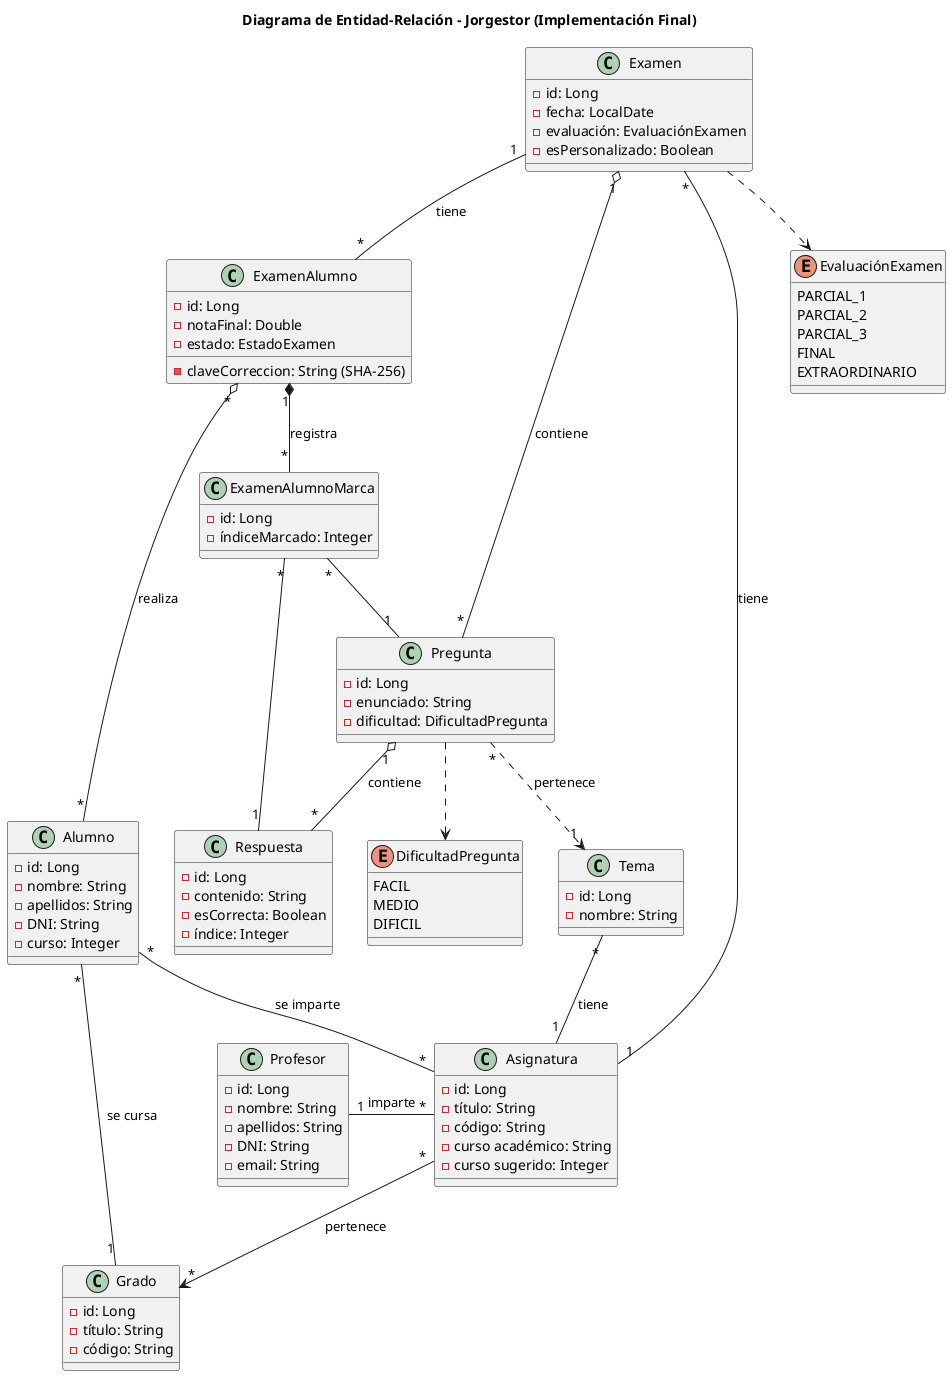
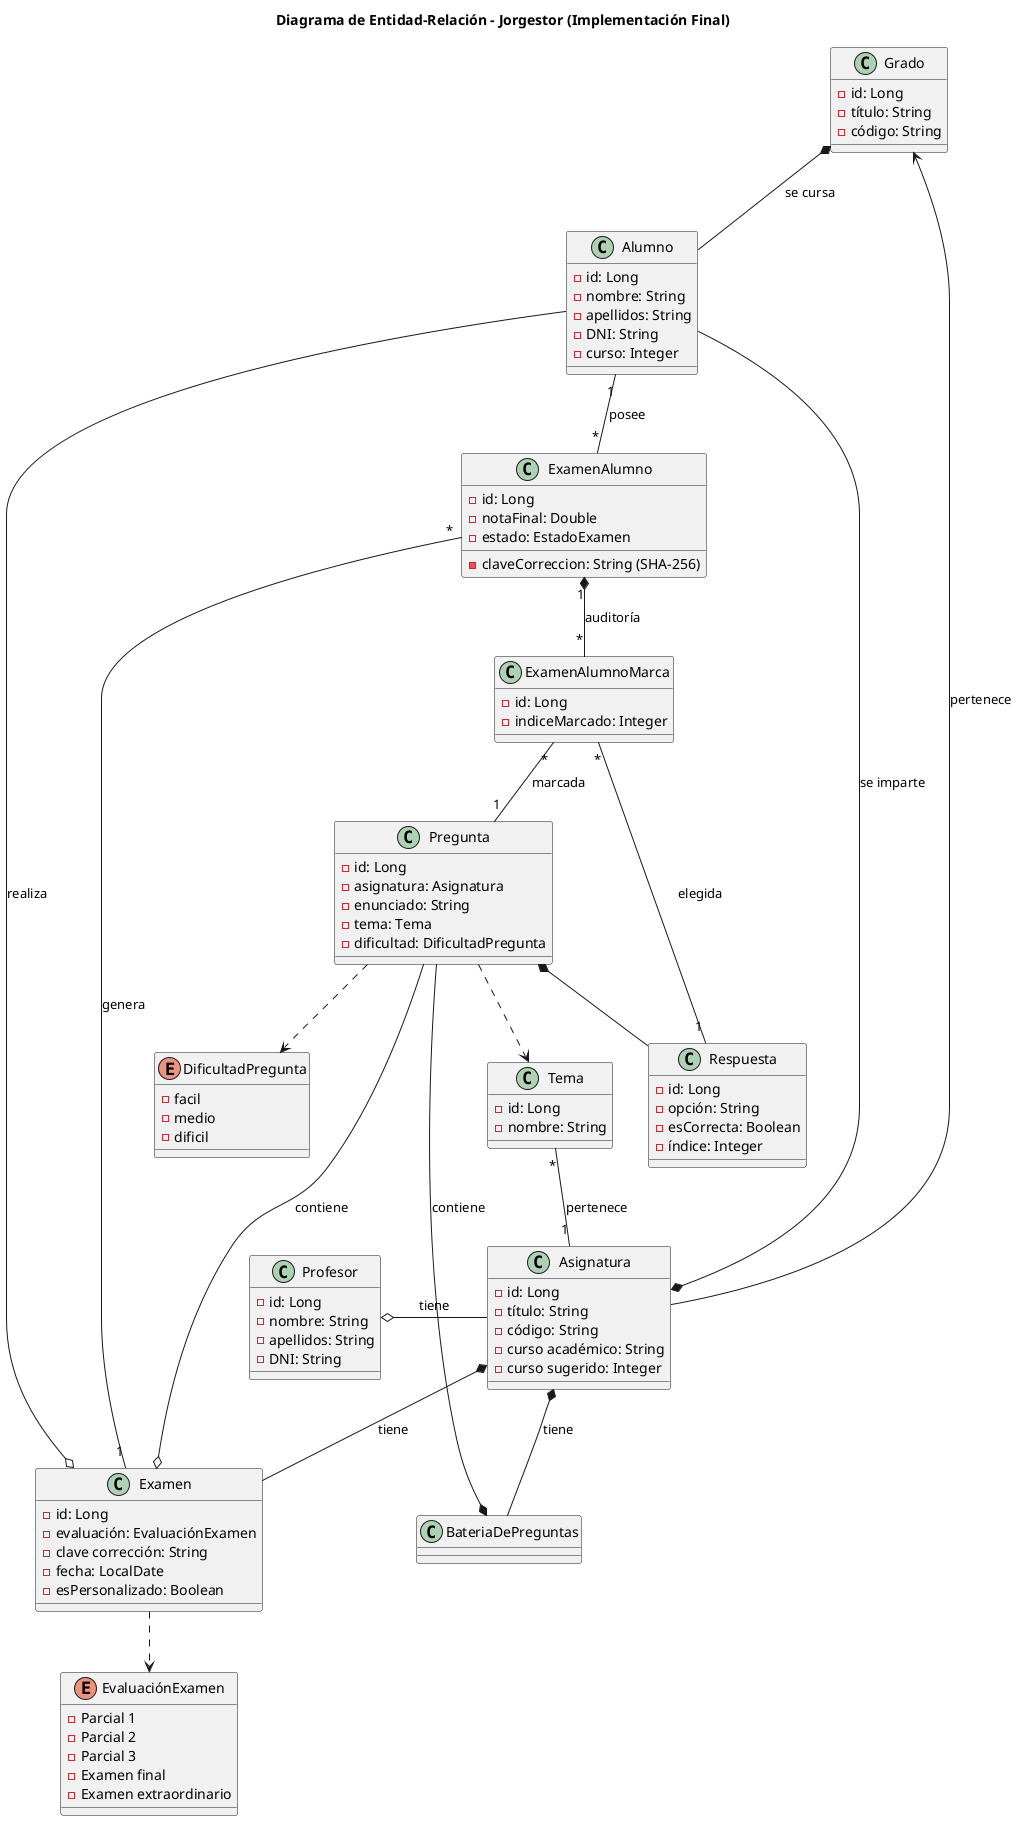
@startuml
title Diagrama de Entidad-Relación - Jorgestor (Implementación Final)

+ ' Definición de la disposición visual para que sea idéntica a la original
+ 'pero incluyendo los campos técnicos reales.
+ 
class Examen{
-  - id: Long
-  - fecha: LocalDate
-  - evaluación: EvaluaciónExamen
-  - esPersonalizado: Boolean
+  -id: Long
+  -evaluación: EvaluaciónExamen
+  -clave corrección: String
+  -fecha: LocalDate
+  -esPersonalizado: Boolean
}

class Asignatura{
-  - id: Long
-  - título: String
-  - código: String
-  - curso académico: String
-  - curso sugerido: Integer
+  -id: Long
+  -título: String
+  -código: String
+  -curso académico: String
+  -curso sugerido: Integer
}

class Pregunta{
-  - id: Long
-  - enunciado: String
-  - dificultad: DificultadPregunta
+  -id: Long
+  -asignatura: Asignatura
+  -enunciado: String
+  -tema: Tema
+  -dificultad: DificultadPregunta
+ }
+ 
+ class BateriaDePreguntas{
}

class Grado{
-  - id: Long
-  - título: String
-  - código: String
+  -id: Long
+  -título: String
+  -código: String
}

class Profesor{
-  - id: Long
-  - nombre: String
-  - apellidos: String
-  - DNI: String
-  - email: String
+  -id: Long
+  -nombre: String
+  -apellidos: String
+  -DNI: String
}

class Alumno{
-  - id: Long
-  - nombre: String
-  - apellidos: String
-  - DNI: String
-  - curso: Integer
+  -id: Long
+  -nombre: String
+  -apellidos: String
+  -DNI: String
+  -curso: Integer
}

enum EvaluaciónExamen{
-  PARCIAL_1
-  PARCIAL_2
-  PARCIAL_3
-  FINAL
-  EXTRAORDINARIO
+  -Parcial 1
+  -Parcial 2
+  -Parcial 3
+  -Examen final
+  -Examen extraordinario
}

enum DificultadPregunta{
-  FACIL
-  MEDIO
-  DIFICIL
+  -facil
+  -medio
+  -dificil
}

class Respuesta{
-  - id: Long
-  - contenido: String
-  - esCorrecta: Boolean
-  - índice: Integer
+  -id: Long
+  -opción: String
+  -esCorrecta: Boolean
+  -índice: Integer
}

- class Tema {
-  - id: Long
-  - nombre: String
+ class Tema{
+  -id: Long
+  -nombre: String
}

class ExamenAlumno {
-  - id: Long
-  - claveCorreccion: String (SHA-256)
-  - notaFinal: Double
-  - estado: EstadoExamen
+  -id: Long
+  -claveCorreccion: String (SHA-256)
+  -notaFinal: Double
+  -estado: EstadoExamen
}

class ExamenAlumnoMarca {
-  - id: Long
-  - índiceMarcado: Integer
+  -id: Long
+  -indiceMarcado: Integer
}

- ' Relaciones exactas al original pero extendidas
- Respuesta "*" -u-o "1" Pregunta : contiene
+ ' Relaciones del diagrama original (Baseline)
+ Respuesta -u-* Pregunta
Pregunta ..> DificultadPregunta
- Pregunta "*" -u-o "1" Examen : contiene
+ Pregunta -u-o Examen : contiene
+ Pregunta -u-* BateriaDePreguntas : contiene
Examen ..> EvaluaciónExamen
- Examen "*" -- "1" Asignatura : tiene
- Profesor "1" -r- "*" Asignatura : imparte
- Asignatura "*" --> "*" Grado : pertenece
- Alumno "*" -u-o "*" ExamenAlumno : realiza
- Examen "1" -d- "*" ExamenAlumno : tiene
- Alumno "*" -- "*" Asignatura : se imparte
- Alumno "*" -- "1" Grado : se cursa
- Pregunta "*" ..> "1" Tema : pertenece
- Tema "*" -- "1" Asignatura : tiene
+ BateriaDePreguntas -u-* Asignatura : tiene
+ Examen -u-* Asignatura : tiene
+ Profesor o-r- Asignatura : tiene
+ Asignatura --> Grado : pertenece
+ Alumno -u-o Examen : realiza
+ Alumno -u-* Asignatura : se imparte
+ Alumno -u-* Grado : se cursa
+ Pregunta ..> Tema

- ' Auditoría (Nuevo pero integrado en la línea)
- ExamenAlumno "1" *-- "*" ExamenAlumnoMarca : registra
- ExamenAlumnoMarca "*" -- "1" Pregunta
- ExamenAlumnoMarca "*" -- "1" Respuesta
+ ' Extensiones de la Implementación (As-Built) conectadas sin romper la jerarquía original
+ Examen "1" -- "*" ExamenAlumno : genera
+ Alumno "1" -- "*" ExamenAlumno : posee
+ ExamenAlumno "1" *-- "*" ExamenAlumnoMarca : auditoría
+ ExamenAlumnoMarca "*" -- "1" Pregunta : marcada
+ ExamenAlumnoMarca "*" -- "1" Respuesta : elegida
+ Tema "*" -- "1" Asignatura : pertenece

@enduml
